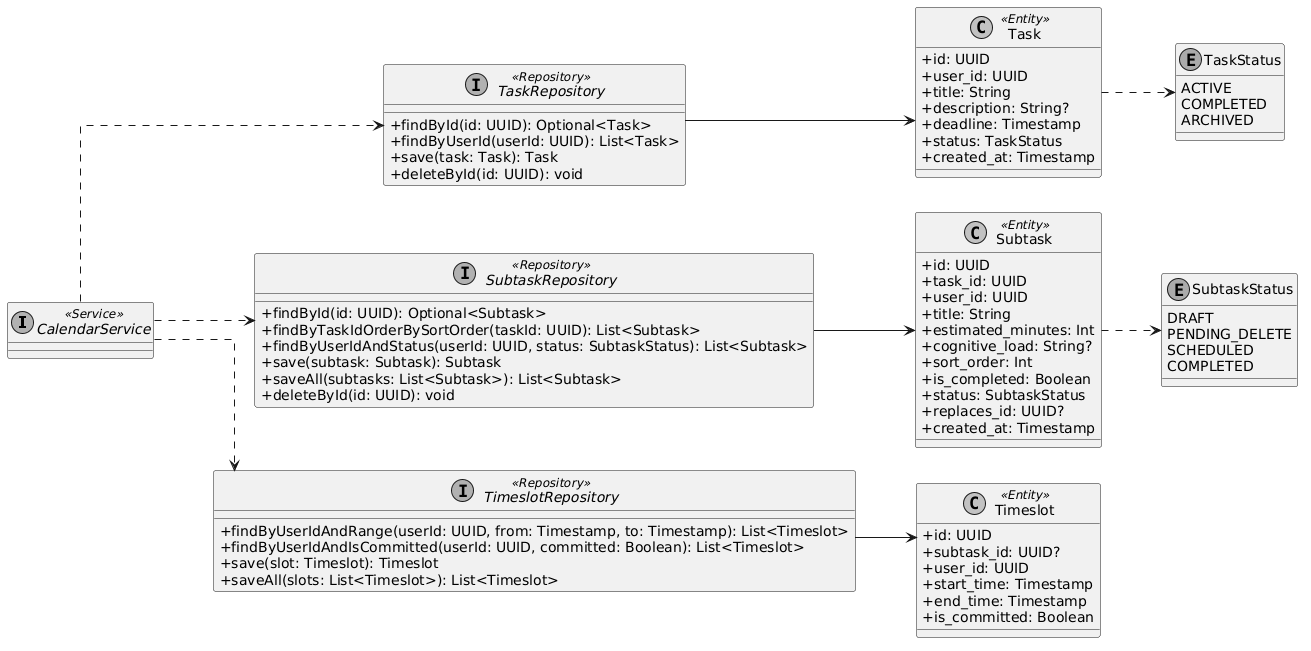
The PlantUML diagram picture/diagrams/class_repository_calendar.png in Hohichh/Diploma-project-notes, before a commit.
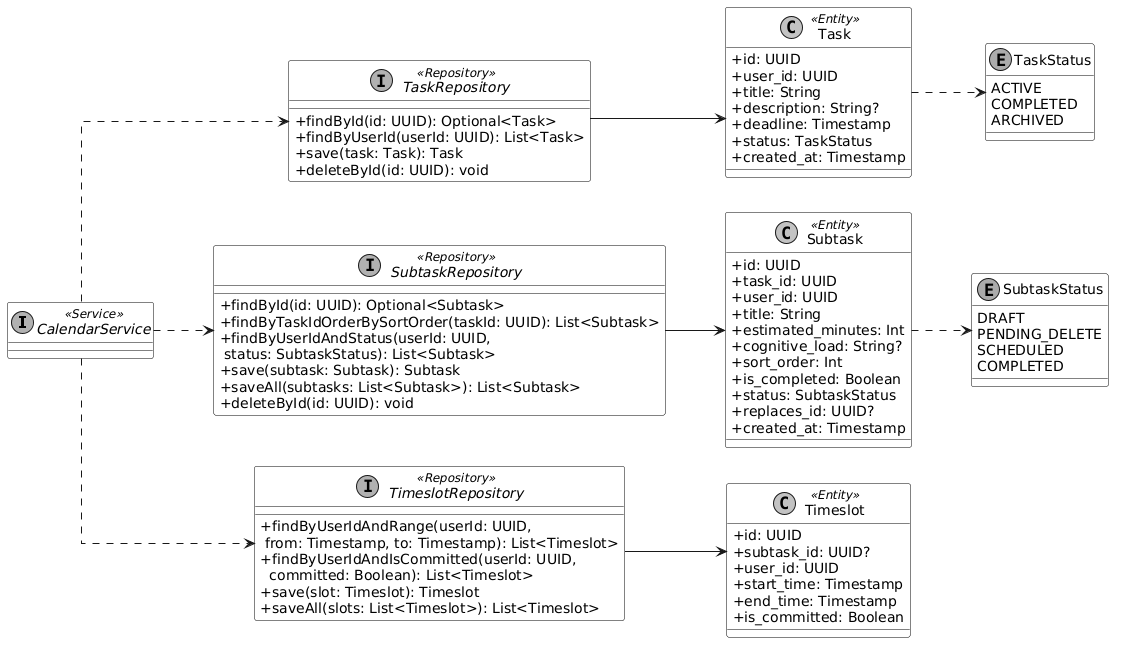
After the change.

Change to the diagram source:
```diff
@@ -4,6 +4,10 @@
 skinparam defaultFontName Arial
 skinparam classAttributeIconSize 0
 skinparam linetype ortho
+skinparam classBackgroundColor transparent
+skinparam classBorderColor black
+skinparam classAttributeBackgroundColor transparent
+skinparam backgroundColor transparent
 left to right direction
 
 interface CalendarService <<Service>>
@@ -64,15 +68,15 @@
 interface SubtaskRepository <<Repository>> {
     + findById(id: UUID): Optional<Subtask>
     + findByTaskIdOrderBySortOrder(taskId: UUID): List<Subtask>
-    + findByUserIdAndStatus(userId: UUID, status: SubtaskStatus): List<Subtask>
+    + findByUserIdAndStatus(userId: UUID,\n status: SubtaskStatus): List<Subtask>
     + save(subtask: Subtask): Subtask
     + saveAll(subtasks: List<Subtask>): List<Subtask>
     + deleteById(id: UUID): void
 }
 
 interface TimeslotRepository <<Repository>> {
-    + findByUserIdAndRange(userId: UUID, from: Timestamp, to: Timestamp): List<Timeslot>
-    + findByUserIdAndIsCommitted(userId: UUID, committed: Boolean): List<Timeslot>
+    + findByUserIdAndRange(userId: UUID,\n from: Timestamp, to: Timestamp): List<Timeslot>
+    + findByUserIdAndIsCommitted(userId: UUID,\n  committed: Boolean): List<Timeslot>
     + save(slot: Timeslot): Timeslot
     + saveAll(slots: List<Timeslot>): List<Timeslot>
 }
```
